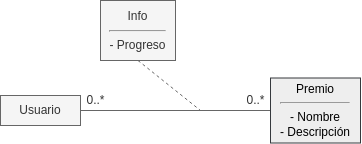
Before: documentacion/funcionalidad 6/MD-funcionalidad6.png, a diagram exported from draw.io (mikel-egana-aranguren/ADSI-22-23-Tetris). Source tidied: cells renumbered, new cells last; positions are measured from the earlier drawing's top-left corner, leaving out a move shared by most shapes.
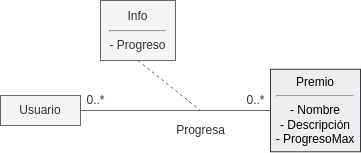
Above is the later version.

Commit message:
terminada funcionalidad 6

Change to the diagram source:
```diff
@@ -8,8 +8,8 @@
     <mxCell id="3" value="Usuario" style="rounded=0;whiteSpace=wrap;html=1;fillColor=#f5f5f5;strokeColor=#666666;fontColor=#333333;" parent="1" vertex="1">
       <mxGeometry y="95" width="80" height="30" as="geometry" />
     </mxCell>
-    <mxCell id="4" value="Premio&lt;hr&gt;- Nombre&lt;br&gt;- Descripción" style="rounded=0;whiteSpace=wrap;html=1;fillColor=#eeeeee;strokeColor=#36393d;fontColor=#000000;" parent="1" vertex="1">
-      <mxGeometry x="270" y="77.5" width="90" height="65" as="geometry" />
+    <mxCell id="4" value="Premio&lt;hr&gt;- Nombre&lt;br&gt;- Descripción&lt;br&gt;- ProgresoMax" style="rounded=0;whiteSpace=wrap;html=1;fillColor=#eeeeee;strokeColor=#36393d;fontColor=#000000;" parent="1" vertex="1">
+      <mxGeometry x="270" y="68.8" width="90" height="82.5" as="geometry" />
     </mxCell>
     <mxCell id="5" style="edgeStyle=none;html=1;exitX=0.5;exitY=1;exitDx=0;exitDy=0;fontFamily=Helvetica;fontSize=12;fontColor=#333333;endArrow=none;endFill=0;fillColor=#f5f5f5;strokeColor=#666666;dashed=1;" parent="1" edge="1" source="6">
       <mxGeometry relative="1" as="geometry">
@@ -25,5 +25,8 @@
     <mxCell id="8" value="0..*" style="text;html=1;align=center;verticalAlign=middle;strokeColor=none;fillColor=none;fontSize=12;fontFamily=Helvetica;fontColor=#333333;" parent="1" vertex="1">
       <mxGeometry x="240" y="90" width="30" height="20" as="geometry" />
     </mxCell>
+    <mxCell id="9" value="Progresa" style="text;html=1;align=center;verticalAlign=middle;strokeColor=none;fillColor=none;fontColor=#2E2E2E;" parent="1" vertex="1">
+      <mxGeometry x="170" y="120" width="60" height="20" as="geometry" />
+    </mxCell>
   </root>
 </mxGraphModel>
```
